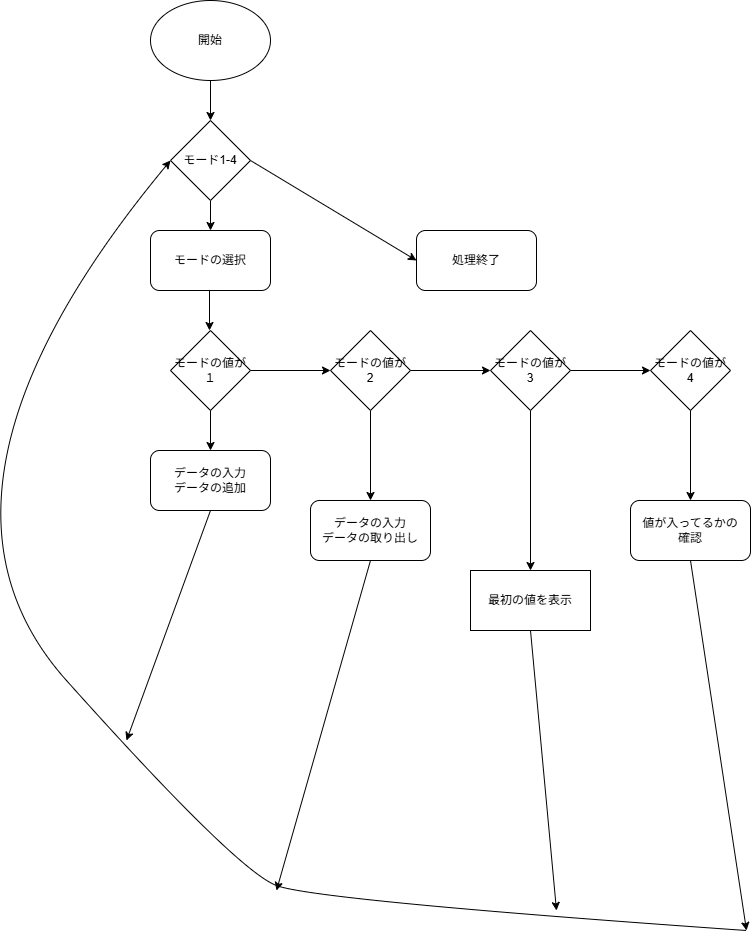
user-1333/5-7 keeps this draw.io diagram as lesson01.png. Above is the earlier version. Source tidied: cells renumbered, new cells last; positions are measured from the earlier drawing's top-left corner, leaving out a move shared by most shapes.
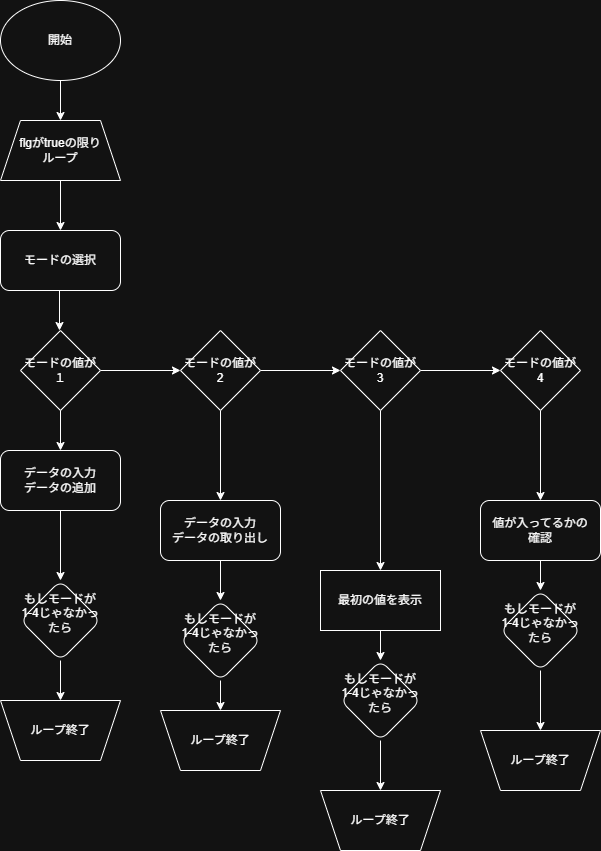
Later version of the same file.

Change to the diagram source:
```diff
@@ -5,32 +5,35 @@
     <mxCell id="2" value="開始" style="ellipse;whiteSpace=wrap;html=1;" parent="1" vertex="1">
       <mxGeometry x="254" width="120" height="80" as="geometry" />
     </mxCell>
-    <mxCell id="3" style="endArrow=classic;html=1;rounded=0;exitX=0.5;exitY=1;exitDx=0;exitDy=0;" parent="1" edge="1" source="2">
-      <mxGeometry relative="1" as="geometry">
-        <mxPoint x="314" y="120" as="targetPoint" />
-      </mxGeometry>
-    </mxCell>
+    <mxCell id="30" style="endArrow=classic;html=1;rounded=0;exitX=0.5;exitY=1;exitDx=0;exitDy=0;" parent="1" edge="1" source="2">
+      <mxGeometry relative="1" as="geometry">
+        <mxPoint x="314" y="120" as="targetPoint" />
+      </mxGeometry>
+    </mxCell>
     <mxCell id="4" value="モードの選択" style="rounded=1;whiteSpace=wrap;html=1;" parent="1" vertex="1">
       <mxGeometry x="254" y="230" width="120" height="60" as="geometry" />
     </mxCell>
-    <mxCell id="5" style="endArrow=classic;html=1;rounded=0;exitX=0.5;exitY=1;exitDx=0;exitDy=0;" parent="1" edge="1">
-      <mxGeometry relative="1" as="geometry">
-        <mxPoint x="313" y="290" as="sourcePoint" />
-        <mxPoint x="313" y="330" as="targetPoint" />
-      </mxGeometry>
-    </mxCell>
+    <mxCell id="31" style="endArrow=classic;html=1;rounded=0;exitX=0.5;exitY=1;exitDx=0;exitDy=0;" parent="1" edge="1">
+      <mxGeometry relative="1" as="geometry">
+        <mxPoint x="313" y="290" as="sourcePoint" />
+        <mxPoint x="313" y="330" as="targetPoint" />
+      </mxGeometry>
+    </mxCell>
     <mxCell id="6" style="edgeStyle=orthogonalEdgeStyle;rounded=0;jettySize=auto;html=1;" parent="1" edge="1" source="7" target="12">
       <mxGeometry relative="1" as="geometry" />
     </mxCell>
     <mxCell id="7" value="モードの値が１" style="rhombus;whiteSpace=wrap;html=1;" parent="1" vertex="1">
       <mxGeometry x="274" y="330" width="80" height="80" as="geometry" />
     </mxCell>
-    <mxCell id="8" style="endArrow=classic;html=1;rounded=0;exitX=0.5;exitY=1;exitDx=0;exitDy=0;" parent="1" edge="1">
-      <mxGeometry relative="1" as="geometry">
-        <mxPoint x="314" y="410" as="sourcePoint" />
-        <mxPoint x="314" y="450" as="targetPoint" />
-      </mxGeometry>
-    </mxCell>
+    <mxCell id="32" style="endArrow=classic;html=1;rounded=0;exitX=0.5;exitY=1;exitDx=0;exitDy=0;" parent="1" edge="1">
+      <mxGeometry relative="1" as="geometry">
+        <mxPoint x="314" y="410" as="sourcePoint" />
+        <mxPoint x="314" y="450" as="targetPoint" />
+      </mxGeometry>
+    </mxCell>
+    <mxCell id="33" style="edgeStyle=orthogonalEdgeStyle;rounded=0;jettySize=auto;html=1;" parent="1" edge="1" source="9" target="41">
+      <mxGeometry relative="1" as="geometry" />
+    </mxCell>
     <mxCell id="9" value="データの入力&lt;br&gt;データの追加" style="rounded=1;whiteSpace=wrap;html=1;" parent="1" vertex="1">
       <mxGeometry x="254" y="450" width="120" height="60" as="geometry" />
     </mxCell>
@@ -43,14 +46,17 @@
     <mxCell id="12" value="モードの値が2" style="rhombus;whiteSpace=wrap;html=1;" parent="1" vertex="1">
       <mxGeometry x="434" y="330" width="80" height="80" as="geometry" />
     </mxCell>
+    <mxCell id="34" style="edgeStyle=orthogonalEdgeStyle;rounded=0;jettySize=auto;html=1;" parent="1" edge="1" source="13" target="43">
+      <mxGeometry relative="1" as="geometry" />
+    </mxCell>
     <mxCell id="13" value="データの入力&lt;br&gt;データの取り出し" style="whiteSpace=wrap;html=1;rounded=1;" parent="1" vertex="1">
       <mxGeometry x="414" y="500" width="120" height="60" as="geometry" />
     </mxCell>
-    <mxCell id="14" style="edgeStyle=orthogonalEdgeStyle;rounded=0;jettySize=auto;html=1;entryX=0.5;entryY=0;entryDx=0;entryDy=0;" parent="1" edge="1" source="16">
-      <mxGeometry relative="1" as="geometry">
-        <mxPoint x="634" y="570" as="targetPoint" />
-      </mxGeometry>
-    </mxCell>
+    <mxCell id="35" style="edgeStyle=orthogonalEdgeStyle;rounded=0;jettySize=auto;html=1;entryX=0.5;entryY=0;entryDx=0;entryDy=0;" parent="1" edge="1" source="16">
+      <mxGeometry relative="1" as="geometry">
+        <mxPoint x="634" y="570" as="targetPoint" />
+      </mxGeometry>
+    </mxCell>
     <mxCell id="15" style="edgeStyle=orthogonalEdgeStyle;rounded=0;jettySize=auto;html=1;" parent="1" edge="1" source="16" target="18">
       <mxGeometry relative="1" as="geometry" />
     </mxCell>
@@ -63,53 +69,59 @@
     <mxCell id="18" value="モードの値が4" style="rhombus;whiteSpace=wrap;html=1;" parent="1" vertex="1">
       <mxGeometry x="754" y="330" width="80" height="80" as="geometry" />
     </mxCell>
+    <mxCell id="36" style="edgeStyle=orthogonalEdgeStyle;rounded=0;jettySize=auto;html=1;" parent="1" edge="1" source="19" target="47">
+      <mxGeometry relative="1" as="geometry" />
+    </mxCell>
     <mxCell id="19" value="値が入ってるかの&lt;br&gt;確認" style="whiteSpace=wrap;html=1;rounded=1;" parent="1" vertex="1">
       <mxGeometry x="734" y="500" width="120" height="60" as="geometry" />
     </mxCell>
-    <mxCell id="20" value="処理終了" style="whiteSpace=wrap;html=1;rounded=1;" parent="1" vertex="1">
-      <mxGeometry x="520" y="230" width="120" height="60" as="geometry" />
-    </mxCell>
+    <mxCell id="37" style="edgeStyle=orthogonalEdgeStyle;rounded=0;jettySize=auto;html=1;" parent="1" edge="1" source="21" target="45">
+      <mxGeometry relative="1" as="geometry" />
+    </mxCell>
     <mxCell id="21" value="最初の値を表示" style="whiteSpace=wrap;html=1;" parent="1" vertex="1">
       <mxGeometry x="574" y="570" width="120" height="60" as="geometry" />
     </mxCell>
-    <mxCell id="22" style="edgeStyle=orthogonalEdgeStyle;rounded=0;jettySize=auto;html=1;" parent="1" edge="1" source="23" target="4">
-      <mxGeometry relative="1" as="geometry" />
-    </mxCell>
-    <mxCell id="23" value="モード1-4" style="rhombus;whiteSpace=wrap;html=1;" parent="1" vertex="1">
-      <mxGeometry x="274" y="120" width="80" height="80" as="geometry" />
-    </mxCell>
-    <mxCell id="24" style="curved=1;endArrow=classic;html=1;rounded=0;entryX=0;entryY=0.5;entryDx=0;entryDy=0;" parent="1" edge="1" target="23">
-      <mxGeometry relative="1" as="geometry">
-        <mxPoint x="850" y="930" as="sourcePoint" />
-        <Array as="points">
-          <mxPoint x="420" y="900" />
-          <mxPoint x="340" y="870" />
-          <mxPoint y="490" />
-        </Array>
-      </mxGeometry>
-    </mxCell>
-    <mxCell id="25" style="endArrow=classic;html=1;rounded=0;exitX=0.5;exitY=1;exitDx=0;exitDy=0;" parent="1" edge="1" source="9">
-      <mxGeometry relative="1" as="geometry">
-        <mxPoint x="230" y="740" as="targetPoint" />
-      </mxGeometry>
-    </mxCell>
-    <mxCell id="26" style="endArrow=classic;html=1;rounded=0;exitX=0.5;exitY=1;exitDx=0;exitDy=0;" parent="1" edge="1" source="13">
-      <mxGeometry relative="1" as="geometry">
-        <mxPoint x="380" y="890" as="targetPoint" />
-      </mxGeometry>
-    </mxCell>
-    <mxCell id="27" style="endArrow=classic;html=1;rounded=0;exitX=0.5;exitY=1;exitDx=0;exitDy=0;" parent="1" edge="1" source="21">
-      <mxGeometry relative="1" as="geometry">
-        <mxPoint x="660" y="910" as="targetPoint" />
-      </mxGeometry>
-    </mxCell>
-    <mxCell id="28" style="endArrow=classic;html=1;rounded=0;exitX=0.5;exitY=1;exitDx=0;exitDy=0;" parent="1" edge="1" source="19">
-      <mxGeometry relative="1" as="geometry">
-        <mxPoint x="850" y="930" as="targetPoint" />
-      </mxGeometry>
-    </mxCell>
-    <mxCell id="29" style="endArrow=classic;html=1;rounded=0;exitX=1;exitY=0.5;exitDx=0;exitDy=0;entryX=0;entryY=0.5;entryDx=0;entryDy=0;" parent="1" edge="1" source="23" target="20">
-      <mxGeometry relative="1" as="geometry" />
-    </mxCell>
+    <mxCell id="38" style="edgeStyle=orthogonalEdgeStyle;rounded=0;jettySize=auto;html=1;" parent="1" edge="1" source="39" target="4">
+      <mxGeometry relative="1" as="geometry" />
+    </mxCell>
+    <mxCell id="39" value="flgがtrueの限り&lt;div&gt;ループ&lt;/div&gt;" style="shape=trapezoid;perimeter=trapezoidPerimeter;whiteSpace=wrap;html=1;fixedSize=1;direction=east;" parent="1" vertex="1">
+      <mxGeometry x="254" y="120" width="120" height="60" as="geometry" />
+    </mxCell>
+    <mxCell id="40" style="edgeStyle=orthogonalEdgeStyle;rounded=0;jettySize=auto;html=1;" parent="1" edge="1" source="41" target="48">
+      <mxGeometry relative="1" as="geometry" />
+    </mxCell>
+    <mxCell id="41" value="もしモードが1-4じゃなかったら&lt;div&gt;&lt;br&gt;&lt;/div&gt;" style="rhombus;whiteSpace=wrap;html=1;rounded=1;" parent="1" vertex="1">
+      <mxGeometry x="274" y="580" width="80" height="80" as="geometry" />
+    </mxCell>
+    <mxCell id="42" style="edgeStyle=orthogonalEdgeStyle;rounded=0;jettySize=auto;html=1;" parent="1" edge="1" source="43" target="49">
+      <mxGeometry relative="1" as="geometry" />
+    </mxCell>
+    <mxCell id="43" value="もしモードが1-4じゃなかったら&lt;div&gt;&lt;br&gt;&lt;/div&gt;" style="rhombus;whiteSpace=wrap;html=1;rounded=1;" parent="1" vertex="1">
+      <mxGeometry x="434" y="600" width="80" height="80" as="geometry" />
+    </mxCell>
+    <mxCell id="44" style="edgeStyle=orthogonalEdgeStyle;rounded=0;jettySize=auto;html=1;" parent="1" edge="1" source="45" target="50">
+      <mxGeometry relative="1" as="geometry" />
+    </mxCell>
+    <mxCell id="45" value="もしモードが1-4じゃなかったら&lt;div&gt;&lt;br&gt;&lt;/div&gt;" style="rhombus;whiteSpace=wrap;html=1;rounded=1;" parent="1" vertex="1">
+      <mxGeometry x="594" y="660" width="80" height="80" as="geometry" />
+    </mxCell>
+    <mxCell id="46" style="edgeStyle=orthogonalEdgeStyle;rounded=0;jettySize=auto;html=1;" parent="1" edge="1" source="47" target="51">
+      <mxGeometry relative="1" as="geometry" />
+    </mxCell>
+    <mxCell id="47" value="もしモードが1-4じゃなかったら&lt;div&gt;&lt;br&gt;&lt;/div&gt;" style="rhombus;whiteSpace=wrap;html=1;rounded=1;" parent="1" vertex="1">
+      <mxGeometry x="754" y="590" width="80" height="80" as="geometry" />
+    </mxCell>
+    <mxCell id="48" value="ループ終了" style="shape=trapezoid;perimeter=trapezoidPerimeter;whiteSpace=wrap;html=1;fixedSize=1;direction=west;" parent="1" vertex="1">
+      <mxGeometry x="254" y="700" width="120" height="60" as="geometry" />
+    </mxCell>
+    <mxCell id="49" value="ループ終了" style="shape=trapezoid;perimeter=trapezoidPerimeter;whiteSpace=wrap;html=1;fixedSize=1;direction=west;" parent="1" vertex="1">
+      <mxGeometry x="414" y="710" width="120" height="60" as="geometry" />
+    </mxCell>
+    <mxCell id="50" value="ループ終了" style="shape=trapezoid;perimeter=trapezoidPerimeter;whiteSpace=wrap;html=1;fixedSize=1;direction=west;" parent="1" vertex="1">
+      <mxGeometry x="574" y="790" width="120" height="60" as="geometry" />
+    </mxCell>
+    <mxCell id="51" value="ループ終了" style="shape=trapezoid;perimeter=trapezoidPerimeter;whiteSpace=wrap;html=1;fixedSize=1;direction=west;" parent="1" vertex="1">
+      <mxGeometry x="734" y="730" width="120" height="60" as="geometry" />
+    </mxCell>
   </root>
 </mxGraphModel>
```
